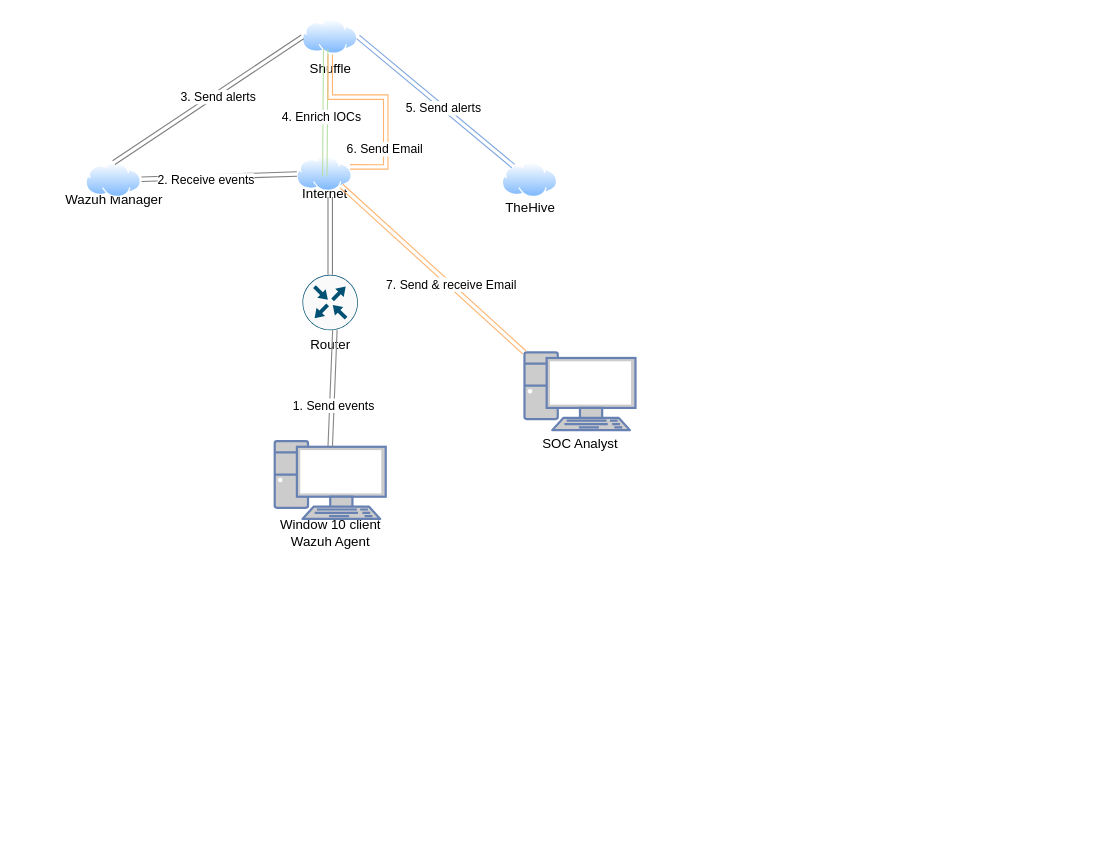
Earlier version of the draw.io diagram Untitled Diagram.drawio (Zhe-cyber/My-portfolio). Source tidied: cells renumbered, new cells numbered last; positions are measured from the earlier drawing's top-left corner, leaving out a move shared by most shapes. Both pictures are drawn from the tidied source at 111%, with x=0, y=0 at pixel (52, 19).
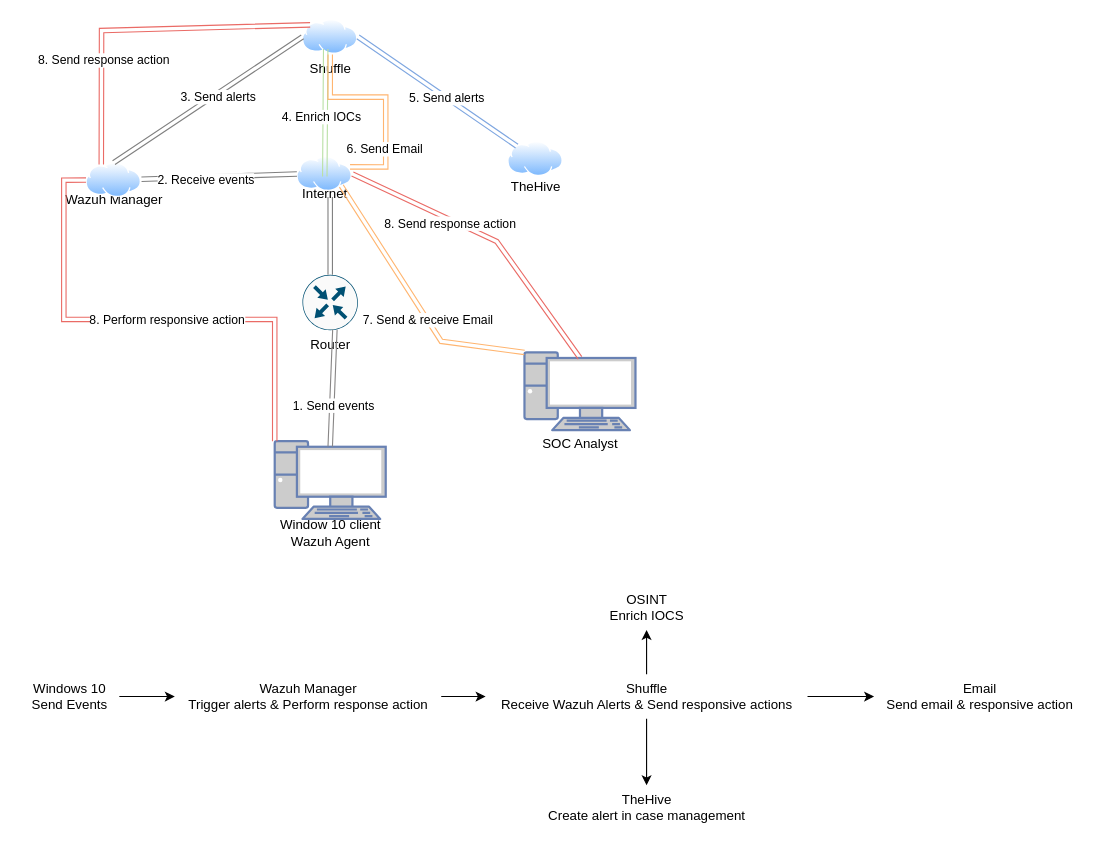
The same page after the edit.

The change refers to these unchanged cells:
```xml
<mxCell id="4" style="fontColor=#0066CC;verticalAlign=top;verticalLabelPosition=bottom;labelPosition=center;align=center;html=1;outlineConnect=0;fillColor=#CCCCCC;strokeColor=#6881B3;gradientColor=none;gradientDirection=north;strokeWidth=2;shape=mxgraph.networks.pc;" parent="3" vertex="1">
  <mxGeometry x="5" width="100" height="70" as="geometry" />
</mxCell>
<mxCell id="8" style="image;perimeter=ellipsePerimeter;html=1;align=center;shadow=0;dashed=0;spacingTop=3;image=img/lib/active_directory/internet_cloud.svg;" parent="6" vertex="1">
  <mxGeometry x="5" width="50" height="31.5" as="geometry" />
</mxCell>
<mxCell id="10" style="image;perimeter=ellipsePerimeter;html=1;align=center;shadow=0;dashed=0;spacingTop=3;image=img/lib/active_directory/internet_cloud.svg;" parent="9" vertex="1">
  <mxGeometry x="5" width="50" height="31.5" as="geometry" />
</mxCell>
<mxCell id="11" value="Internet" style="text;html=1;align=center;verticalAlign=middle;points=[];strokeColor=none;fillColor=none;" parent="9" vertex="1">
  <mxGeometry y="18" width="60" height="30" as="geometry" />
</mxCell>
<mxCell id="16" style="fontColor=#0066CC;verticalAlign=top;verticalLabelPosition=bottom;labelPosition=center;align=center;html=1;outlineConnect=0;fillColor=#CCCCCC;strokeColor=#6881B3;gradientColor=none;gradientDirection=north;strokeWidth=2;shape=mxgraph.networks.pc;" parent="15" vertex="1">
  <mxGeometry x="5" width="100" height="70" as="geometry" />
</mxCell>
<mxCell id="23" style="image;perimeter=ellipsePerimeter;html=1;align=center;shadow=0;dashed=0;spacingTop=3;image=img/lib/active_directory/internet_cloud.svg;" parent="21" vertex="1">
  <mxGeometry x="30" width="50" height="31.5" as="geometry" />
</mxCell>
```

The edit, as a diff of the source:
```diff
@@
     <mxCell id="12" style="group;" parent="1" vertex="1">
-      <mxGeometry x="395" y="129" width="70" height="56" as="geometry" />
+      <mxGeometry x="400" y="110" width="70" height="56" as="geometry" />
     </mxCell>
@@
     <mxCell id="35" style="rounded=0;jettySize=auto;html=1;entryX=0;entryY=0;entryDx=0;entryDy=0;entryPerimeter=0;exitX=0.75;exitY=0.283;exitDx=0;exitDy=0;exitPerimeter=0;shape=link;strokeColor=#FFB570;" parent="1" edge="1" source="11" target="16">
-      <mxGeometry relative="1" as="geometry" />
+      <mxGeometry relative="1" as="geometry">
+        <Array as="points">
+          <mxPoint x="350" y="290" />
+        </Array>
+      </mxGeometry>
     </mxCell>
@@
+    <mxCell id="37" style="rounded=0;jettySize=auto;html=1;exitX=1;exitY=0.5;exitDx=0;exitDy=0;entryX=0.5;entryY=0.07;entryDx=0;entryDy=0;entryPerimeter=0;shape=link;strokeColor=#EA6B66;" parent="1" edge="1" source="10" target="16">
+      <mxGeometry relative="1" as="geometry">
+        <Array as="points">
+          <mxPoint x="400" y="200" />
+        </Array>
+      </mxGeometry>
+    </mxCell>
+    <mxCell id="38" value="8. Send response action" style="edgeLabel;html=1;align=center;verticalAlign=middle;" parent="37" vertex="1">
+      <mxGeometry x="-0.28" y="-3" relative="1" as="geometry" />
+    </mxCell>
+    <mxCell id="39" style="rounded=0;jettySize=auto;html=1;exitX=0.25;exitY=0;exitDx=0;exitDy=0;entryX=0;entryY=0;entryDx=0;entryDy=0;shape=link;strokeColor=#EA6B66;" parent="1" edge="1" source="23" target="8">
+      <mxGeometry relative="1" as="geometry">
+        <Array as="points">
+          <mxPoint x="44" y="10" />
+        </Array>
+      </mxGeometry>
+    </mxCell>
+    <mxCell id="40" value="8. Send response action" style="edgeLabel;html=1;align=center;verticalAlign=middle;" parent="39" vertex="1">
+      <mxGeometry x="-0.39" y="-2" relative="1" as="geometry" />
+    </mxCell>
+    <mxCell id="41" style="rounded=0;jettySize=auto;html=1;exitX=0;exitY=0.5;exitDx=0;exitDy=0;entryX=0;entryY=0;entryDx=0;entryDy=0;entryPerimeter=0;shape=link;strokeColor=#EA6B66;edgeStyle=orthogonalEdgeStyle;" parent="1" edge="1" source="23" target="4">
+      <mxGeometry relative="1" as="geometry" />
+    </mxCell>
+    <mxCell id="42" value="8. Perform responsive action" style="edgeLabel;html=1;align=center;verticalAlign=middle;" parent="41" vertex="1">
+      <mxGeometry x="0.07" relative="1" as="geometry" />
+    </mxCell>
+    <mxCell id="43" style="edgeStyle=orthogonalEdgeStyle;rounded=0;jettySize=auto;html=1;" parent="1" edge="1" source="44" target="46">
+      <mxGeometry relative="1" as="geometry" />
+    </mxCell>
+    <mxCell id="44" value="Windows 10&lt;div&gt;Send Events&lt;/div&gt;" style="text;html=1;align=center;verticalAlign=middle;points=[];strokeColor=none;fillColor=none;" parent="1" vertex="1">
+      <mxGeometry x="-30" y="590" width="90" height="40" as="geometry" />
+    </mxCell>
+    <mxCell id="45" style="edgeStyle=orthogonalEdgeStyle;rounded=0;jettySize=auto;html=1;" parent="1" edge="1" source="46" target="50">
+      <mxGeometry relative="1" as="geometry" />
+    </mxCell>
+    <mxCell id="46" value="Wazuh Manager&lt;div&gt;Trigger alerts &amp;amp; Perform response action&lt;/div&gt;" style="text;html=1;align=center;verticalAlign=middle;points=[];strokeColor=none;fillColor=none;" parent="1" vertex="1">
+      <mxGeometry x="110" y="590" width="240" height="40" as="geometry" />
+    </mxCell>
+    <mxCell id="47" style="edgeStyle=orthogonalEdgeStyle;rounded=0;jettySize=auto;html=1;" parent="1" edge="1" source="50" target="51">
+      <mxGeometry relative="1" as="geometry" />
+    </mxCell>
+    <mxCell id="48" style="edgeStyle=orthogonalEdgeStyle;rounded=0;jettySize=auto;html=1;" parent="1" edge="1" source="50" target="53">
+      <mxGeometry relative="1" as="geometry" />
+    </mxCell>
+    <mxCell id="49" style="edgeStyle=orthogonalEdgeStyle;rounded=0;jettySize=auto;html=1;" parent="1" edge="1" source="50" target="52">
+      <mxGeometry relative="1" as="geometry" />
+    </mxCell>
+    <mxCell id="50" value="Shuffle&lt;div&gt;Receive Wazuh Alerts &amp;amp; Send responsive actions&lt;/div&gt;" style="text;html=1;align=center;verticalAlign=middle;points=[];strokeColor=none;fillColor=none;" parent="1" vertex="1">
+      <mxGeometry x="390" y="590" width="290" height="40" as="geometry" />
+    </mxCell>
+    <mxCell id="51" value="Email&lt;div&gt;Send email &amp;amp; responsive action&lt;/div&gt;" style="text;html=1;align=center;verticalAlign=middle;points=[];strokeColor=none;fillColor=none;" parent="1" vertex="1">
+      <mxGeometry x="740" y="590" width="190" height="40" as="geometry" />
+    </mxCell>
+    <mxCell id="52" value="OSINT&lt;div&gt;Enrich IOCS&lt;/div&gt;" style="text;html=1;align=center;verticalAlign=middle;points=[];strokeColor=none;fillColor=none;" parent="1" vertex="1">
+      <mxGeometry x="490" y="510" width="90" height="40" as="geometry" />
+    </mxCell>
+    <mxCell id="53" value="TheHive&lt;div&gt;Create alert in case management&lt;/div&gt;" style="text;html=1;align=center;verticalAlign=middle;points=[];strokeColor=none;fillColor=none;" parent="1" vertex="1">
+      <mxGeometry x="435" y="690" width="200" height="40" as="geometry" />
+    </mxCell>
```
